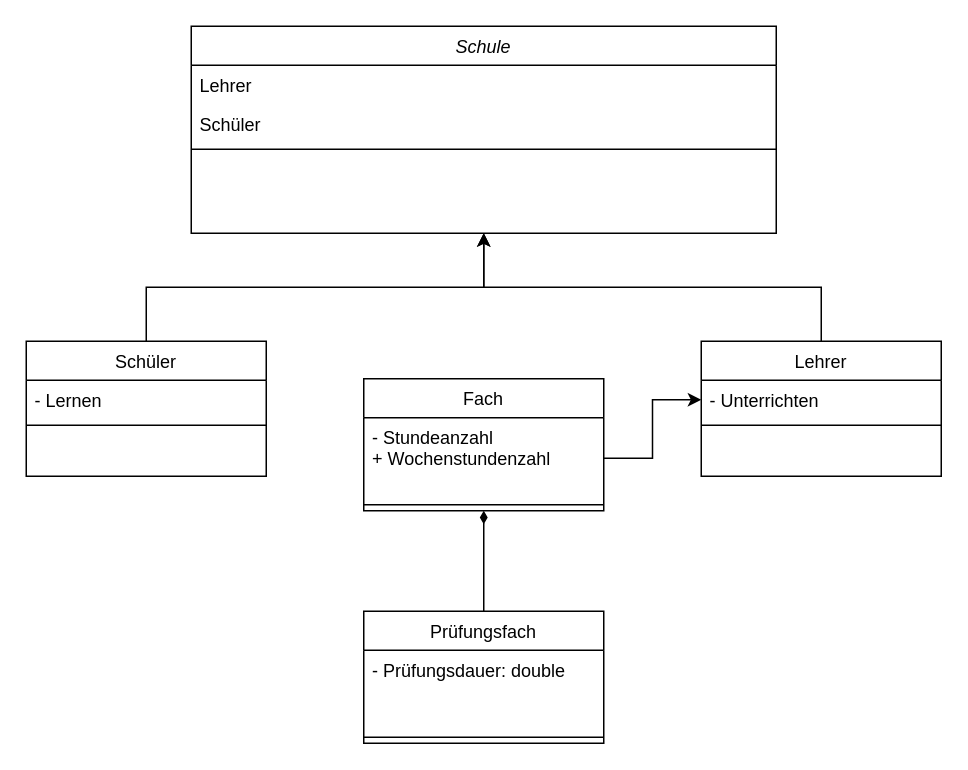
Above: Unbenanntes Diagramm.drawio in BreMoon/Tresor-typescript (draw.io), before the change. Source tidied: cells renumbered, new cells numbered last; positions are measured from the earlier drawing's top-left corner, leaving out a move shared by most shapes. Both pictures are drawn from the tidied source at 150%, with x=0, y=0 at pixel (26, 26).
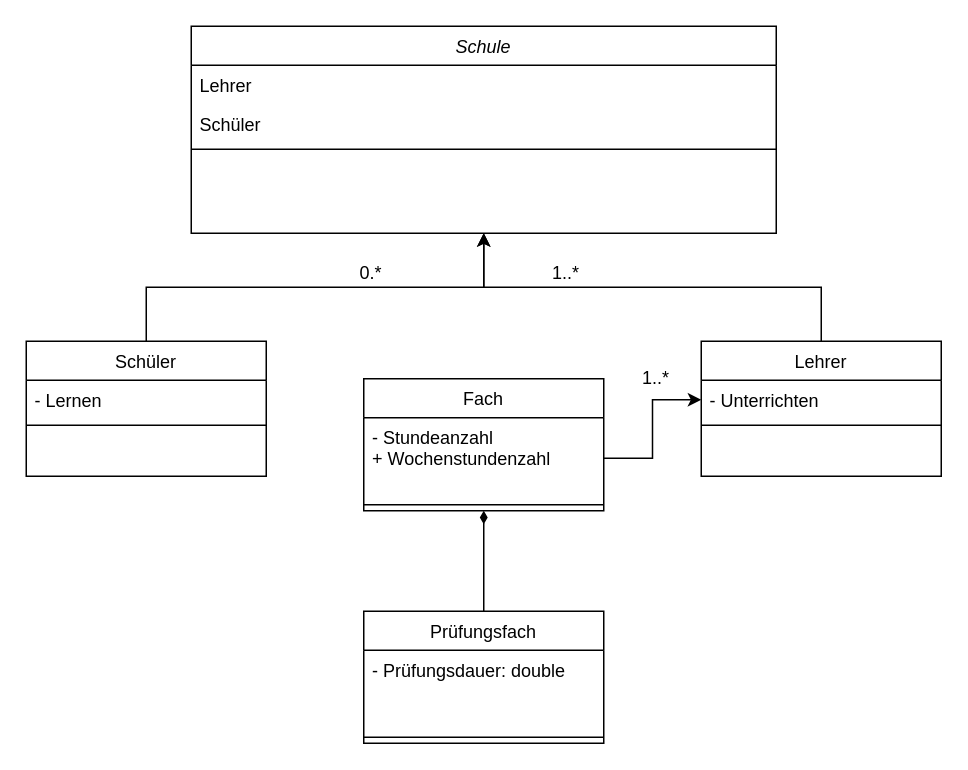
The same page after the edit.

What changed in the source:
```diff
@@
+    <mxCell id="22" value="1..*" style="text;html=1;strokeColor=none;fillColor=none;align=center;verticalAlign=middle;whiteSpace=wrap;rounded=0;" parent="1" vertex="1">
+      <mxGeometry x="330" y="150" width="60" height="30" as="geometry" />
+    </mxCell>
+    <mxCell id="23" value="0.*" style="text;html=1;strokeColor=none;fillColor=none;align=center;verticalAlign=middle;whiteSpace=wrap;rounded=0;" parent="1" vertex="1">
+      <mxGeometry x="200" y="150" width="60" height="30" as="geometry" />
+    </mxCell>
+    <mxCell id="24" value="1..*" style="text;html=1;strokeColor=none;fillColor=none;align=center;verticalAlign=middle;whiteSpace=wrap;rounded=0;" parent="1" vertex="1">
+      <mxGeometry x="390" y="220" width="60" height="30" as="geometry" />
+    </mxCell>
```
